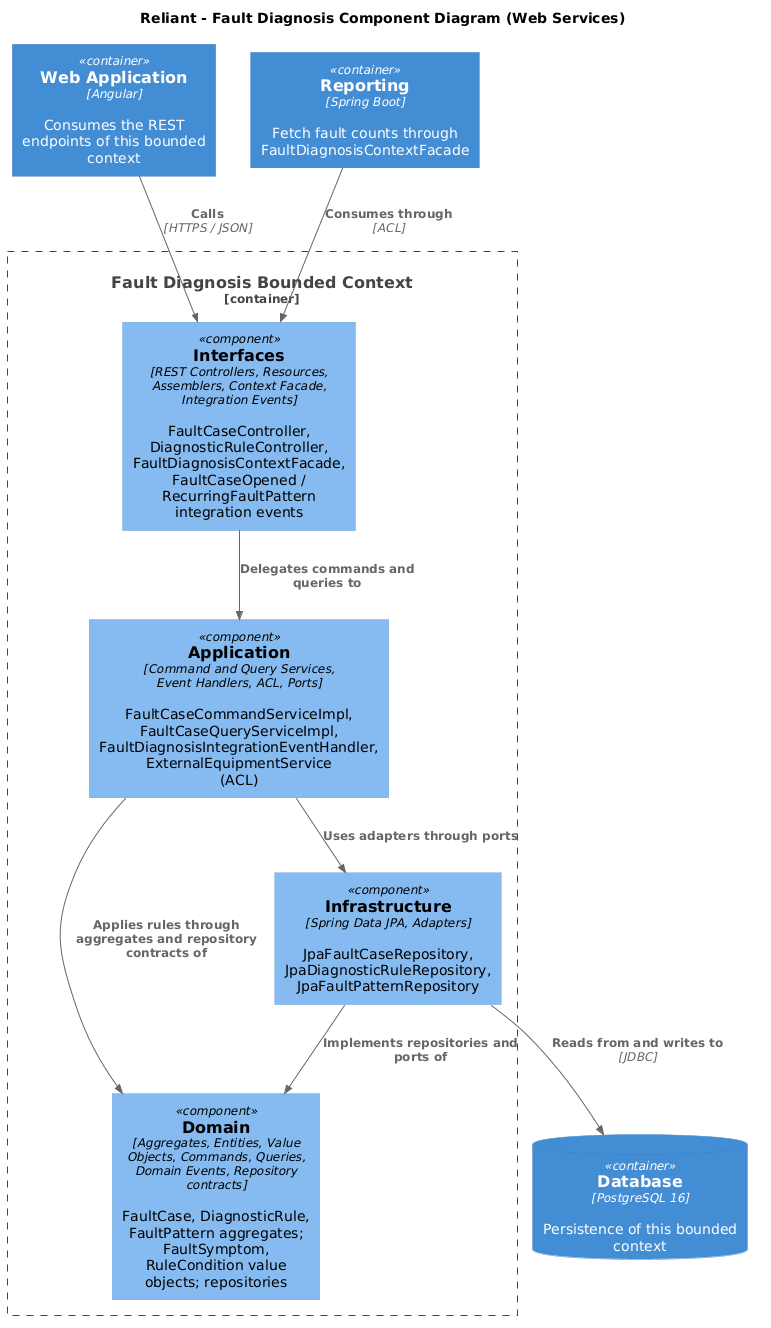
Earlier version of the PlantUML export assets/img/4.chapter-iv/4.6.domain-driven-software-architecture/4.6.4.software-architecture-components-diagrams/reliant-c4-components-faultdiagnosis-web-services.png (upc-pre-202620-1asi0729-7753-innovacorp/reliant-report).
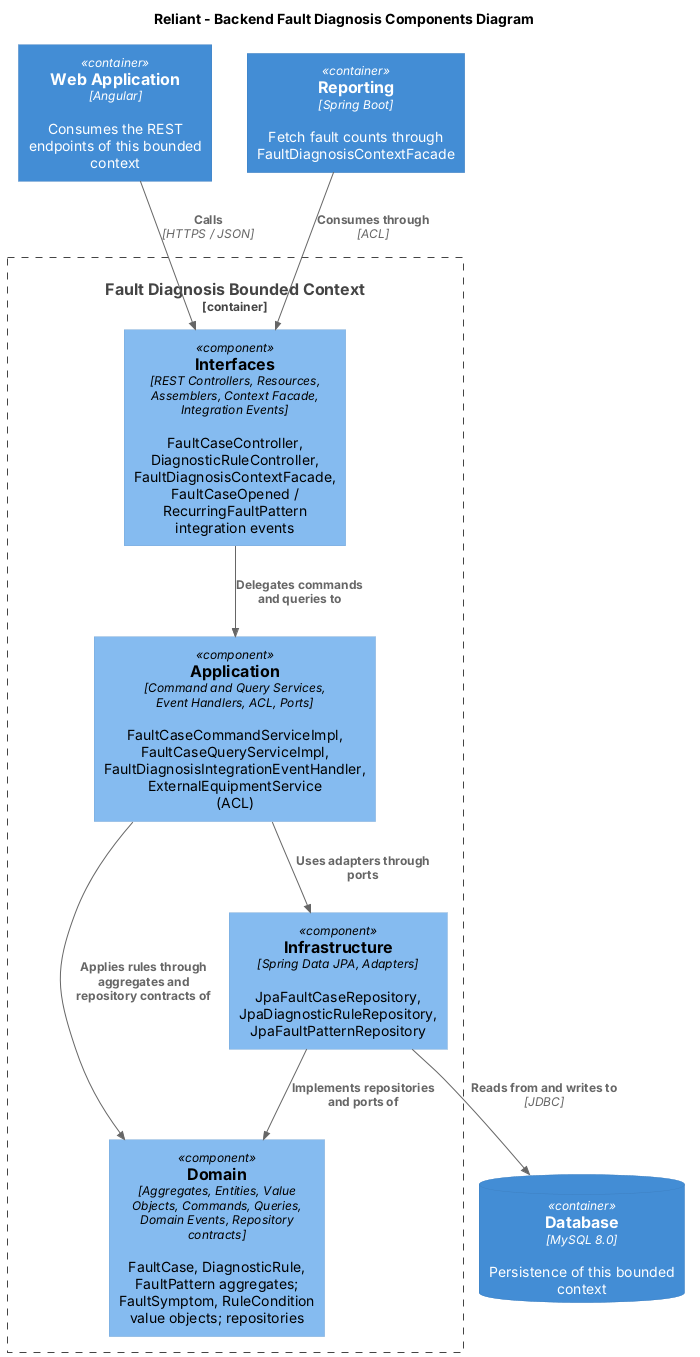
Above is the later version.

The edit, as a diff of the source:
```diff
@@ -1,10 +1,10 @@
-@startuml
+@startuml "Components-FaultDiagnosis"
 !includeurl https://raw.githubusercontent.com/plantuml-stdlib/C4-PlantUML/master/C4_Component.puml
 
-title Reliant - Fault Diagnosis Component Diagram (Web Services)
+title Reliant - Backend Fault Diagnosis Components Diagram
 
 Container(webapp, "Web Application", "Angular", "Consumes the REST endpoints of this bounded context")
-ContainerDb(db, "Database", "PostgreSQL 16", "Persistence of this bounded context")
+ContainerDb(db, "Database", "MySQL 8.0", "Persistence of this bounded context")
 Container(downstream, "Reporting", "Spring Boot", "Fetch fault counts through FaultDiagnosisContextFacade")
 
 Container_Boundary(bc, "Fault Diagnosis Bounded Context") {
```
